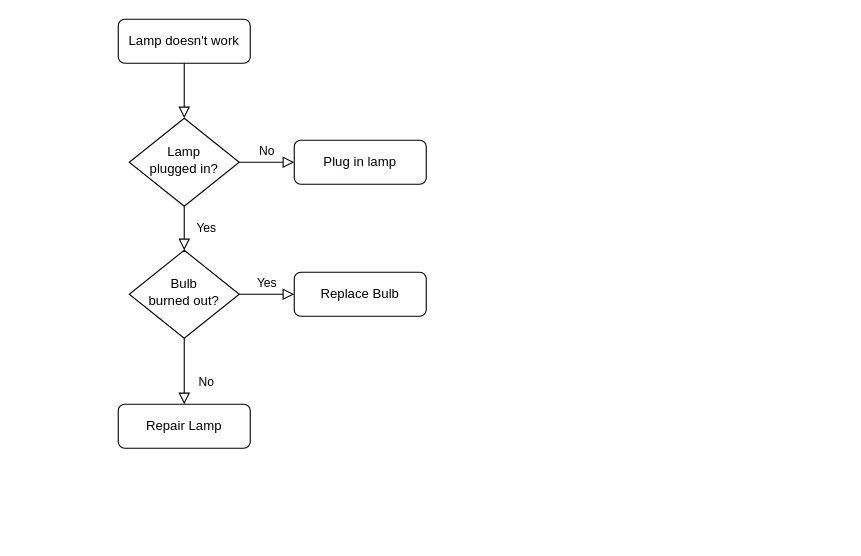
The draw.io diagram Untitled Diagram.drawio in IskanderA1/recycle_hub, before the edit. Source tidied: cells renumbered, new cells numbered last; positions are measured from the earlier drawing's top-left corner, leaving out a move shared by most shapes. Both pictures are drawn from the tidied source at 110%, with x=0, y=0 at pixel (118, 19).
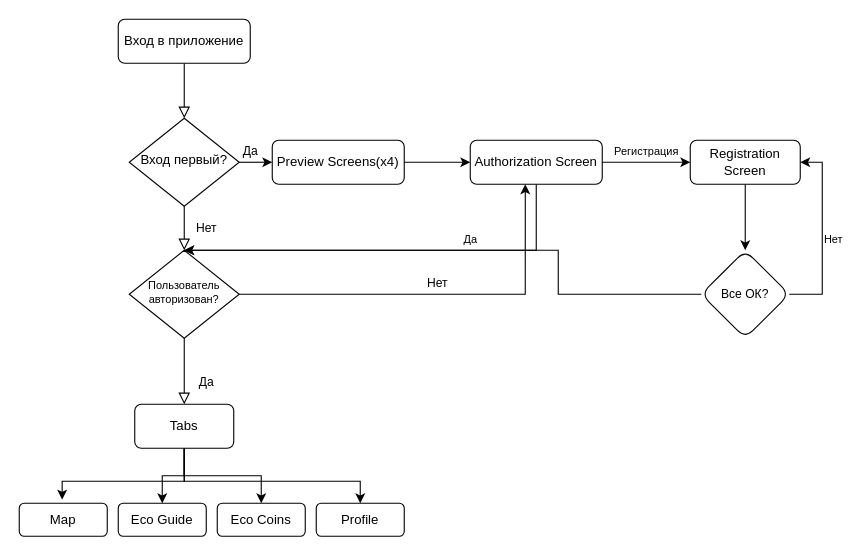
After the change.

Commit message:
Recycle scheme

The edit, as a diff of the source:
```diff
@@
-    <mxCell id="3" value="Lamp doesn't work" style="rounded=1;whiteSpace=wrap;html=1;fontSize=12;glass=0;strokeWidth=1;shadow=0;" parent="1" vertex="1">
+    <mxCell id="3" value="Вход в приложение" style="rounded=1;whiteSpace=wrap;html=1;fontSize=12;glass=0;strokeWidth=1;shadow=0;" parent="1" vertex="1">
       <mxGeometry width="120" height="40" as="geometry" />
     </mxCell>
-    <mxCell id="4" value="Yes" style="rounded=0;html=1;jettySize=auto;fontSize=11;endArrow=block;endFill=0;endSize=8;strokeWidth=1;shadow=0;labelBackgroundColor=none;edgeStyle=orthogonalEdgeStyle;" parent="1" edge="1" source="6" target="10">
+    <mxCell id="4" value="Нет" style="rounded=0;html=1;jettySize=auto;fontSize=11;endArrow=block;endFill=0;endSize=8;strokeWidth=1;shadow=0;labelBackgroundColor=none;edgeStyle=orthogonalEdgeStyle;" parent="1" edge="1" source="6" target="10">
       <mxGeometry y="20" relative="1" as="geometry" />
     </mxCell>
-    <mxCell id="5" value="No" style="edgeStyle=orthogonalEdgeStyle;rounded=0;html=1;jettySize=auto;fontSize=11;endArrow=block;endFill=0;endSize=8;strokeWidth=1;shadow=0;labelBackgroundColor=none;" parent="1" edge="1" source="6" target="7">
-      <mxGeometry y="10" relative="1" as="geometry" />
-    </mxCell>
+    <mxCell id="13" value="Да" style="edgeStyle=orthogonalEdgeStyle;rounded=0;jettySize=auto;html=1;exitX=1;exitY=0.5;exitDx=0;exitDy=0;entryX=0;entryY=0.5;entryDx=0;entryDy=0;" parent="1" edge="1" source="6" target="18">
+      <mxGeometry x="-0.33" y="10" relative="1" as="geometry" />
+    </mxCell>
-    <mxCell id="6" value="Lamp&lt;br&gt;plugged in?" style="rhombus;whiteSpace=wrap;html=1;shadow=0;fontFamily=Helvetica;fontSize=12;align=center;strokeWidth=1;spacing=6;spacingTop=-4;" parent="1" vertex="1">
+    <mxCell id="6" value="Вход первый?" style="rhombus;whiteSpace=wrap;html=1;shadow=0;fontFamily=Helvetica;fontSize=12;align=center;strokeWidth=1;spacing=6;spacingTop=-4;" parent="1" vertex="1">
       <mxGeometry x="10" y="90" width="100" height="80" as="geometry" />
     </mxCell>
+    <mxCell id="14" value="Регистрация" style="edgeStyle=orthogonalEdgeStyle;rounded=0;jettySize=auto;html=1;fontSize=10;" parent="1" edge="1" source="7" target="29">
+      <mxGeometry y="10" relative="1" as="geometry" />
+    </mxCell>
+    <mxCell id="15" style="edgeStyle=orthogonalEdgeStyle;rounded=0;jettySize=auto;html=1;fontSize=10;" parent="1" edge="1" source="7">
+      <mxGeometry relative="1" as="geometry">
+        <mxPoint x="60" y="210" as="targetPoint" />
+        <Array as="points">
+          <mxPoint x="380" y="210" />
+        </Array>
+      </mxGeometry>
+    </mxCell>
-    <mxCell id="7" value="Plug in lamp" style="rounded=1;whiteSpace=wrap;html=1;fontSize=12;glass=0;strokeWidth=1;shadow=0;" parent="1" vertex="1">
-      <mxGeometry x="160" y="110" width="120" height="40" as="geometry" />
+    <mxCell id="7" value="Authorization Screen" style="rounded=1;whiteSpace=wrap;html=1;fontSize=12;glass=0;strokeWidth=1;shadow=0;" parent="1" vertex="1">
+      <mxGeometry x="320" y="110" width="120" height="40" as="geometry" />
     </mxCell>
-    <mxCell id="8" value="No" style="rounded=0;html=1;jettySize=auto;fontSize=11;endArrow=block;endFill=0;endSize=8;strokeWidth=1;shadow=0;labelBackgroundColor=none;edgeStyle=orthogonalEdgeStyle;" parent="1" edge="1" source="10" target="11">
-      <mxGeometry x="0.33" y="20" relative="1" as="geometry" />
+    <mxCell id="8" value="Да" style="rounded=0;html=1;jettySize=auto;fontSize=11;endArrow=block;endFill=0;endSize=8;strokeWidth=1;shadow=0;labelBackgroundColor=none;edgeStyle=orthogonalEdgeStyle;" parent="1" edge="1" source="10">
+      <mxGeometry x="0.33" y="20" relative="1" as="geometry">
+        <mxPoint x="60" y="350" as="targetPoint" />
+      </mxGeometry>
     </mxCell>
-    <mxCell id="9" value="Yes" style="edgeStyle=orthogonalEdgeStyle;rounded=0;html=1;jettySize=auto;fontSize=11;endArrow=block;endFill=0;endSize=8;strokeWidth=1;shadow=0;labelBackgroundColor=none;" parent="1" edge="1" source="10" target="12">
-      <mxGeometry y="10" relative="1" as="geometry" />
-    </mxCell>
+    <mxCell id="16" value="Нет" style="edgeStyle=orthogonalEdgeStyle;rounded=0;jettySize=auto;html=1;entryX=0.417;entryY=1;entryDx=0;entryDy=0;entryPerimeter=0;" parent="1" edge="1" source="10" target="7">
+      <mxGeometry y="10" relative="1" as="geometry">
+        <Array as="points">
+          <mxPoint x="370" y="250" />
+        </Array>
+      </mxGeometry>
+    </mxCell>
-    <mxCell id="10" value="Bulb&lt;br&gt;burned out?" style="rhombus;whiteSpace=wrap;html=1;shadow=0;fontFamily=Helvetica;fontSize=12;align=center;strokeWidth=1;spacing=6;spacingTop=-4;" parent="1" vertex="1">
+    <mxCell id="10" value="Пользователь авторизован?" style="rhombus;whiteSpace=wrap;html=1;shadow=0;fontFamily=Helvetica;fontSize=10;align=center;strokeWidth=1;spacing=4;spacingTop=-4;" parent="1" vertex="1">
       <mxGeometry x="10" y="210" width="100" height="80" as="geometry" />
     </mxCell>
-    <mxCell id="11" value="Repair Lamp" style="rounded=1;whiteSpace=wrap;html=1;fontSize=12;glass=0;strokeWidth=1;shadow=0;" parent="1" vertex="1">
-      <mxGeometry y="350" width="120" height="40" as="geometry" />
-    </mxCell>
-    <mxCell id="12" value="Replace Bulb" style="rounded=1;whiteSpace=wrap;html=1;fontSize=12;glass=0;strokeWidth=1;shadow=0;" parent="1" vertex="1">
-      <mxGeometry x="160" y="230" width="120" height="40" as="geometry" />
-    </mxCell>
+    <mxCell id="17" style="edgeStyle=orthogonalEdgeStyle;rounded=0;jettySize=auto;html=1;entryX=0;entryY=0.5;entryDx=0;entryDy=0;" parent="1" edge="1" source="18" target="7">
+      <mxGeometry relative="1" as="geometry" />
+    </mxCell>
+    <mxCell id="18" value="Preview Screens(x4)" style="rounded=1;whiteSpace=wrap;html=1;" parent="1" vertex="1">
+      <mxGeometry x="140" y="110" width="120" height="40" as="geometry" />
+    </mxCell>
+    <mxCell id="19" style="edgeStyle=orthogonalEdgeStyle;rounded=0;jettySize=auto;html=1;entryX=0.5;entryY=0;entryDx=0;entryDy=0;" parent="1" edge="1" source="23" target="25">
+      <mxGeometry relative="1" as="geometry" />
+    </mxCell>
+    <mxCell id="20" style="edgeStyle=orthogonalEdgeStyle;rounded=0;jettySize=auto;html=1;entryX=0.5;entryY=0;entryDx=0;entryDy=0;" parent="1" edge="1" source="23" target="26">
+      <mxGeometry relative="1" as="geometry" />
+    </mxCell>
+    <mxCell id="21" style="edgeStyle=orthogonalEdgeStyle;rounded=0;jettySize=auto;html=1;entryX=0.5;entryY=0;entryDx=0;entryDy=0;" parent="1" edge="1" source="23" target="27">
+      <mxGeometry relative="1" as="geometry">
+        <Array as="points">
+          <mxPoint x="60" y="420" />
+          <mxPoint x="220" y="420" />
+        </Array>
+      </mxGeometry>
+    </mxCell>
+    <mxCell id="22" style="edgeStyle=orthogonalEdgeStyle;rounded=0;jettySize=auto;html=1;entryX=0.488;entryY=-0.11;entryDx=0;entryDy=0;entryPerimeter=0;" parent="1" edge="1" source="23" target="24">
+      <mxGeometry relative="1" as="geometry">
+        <Array as="points">
+          <mxPoint x="60" y="420" />
+          <mxPoint x="-51" y="420" />
+        </Array>
+      </mxGeometry>
+    </mxCell>
+    <mxCell id="23" value="Tabs" style="rounded=1;whiteSpace=wrap;html=1;" parent="1" vertex="1">
+      <mxGeometry x="15" y="350" width="90" height="40" as="geometry" />
+    </mxCell>
+    <mxCell id="24" value="Map" style="rounded=1;whiteSpace=wrap;html=1;" parent="1" vertex="1">
+      <mxGeometry x="-90" y="440" width="80" height="30" as="geometry" />
+    </mxCell>
+    <mxCell id="25" value="Eco Guide" style="rounded=1;whiteSpace=wrap;html=1;" parent="1" vertex="1">
+      <mxGeometry y="440" width="80" height="30" as="geometry" />
+    </mxCell>
+    <mxCell id="26" value="Eco Coins" style="rounded=1;whiteSpace=wrap;html=1;" parent="1" vertex="1">
+      <mxGeometry x="90" y="440" width="80" height="30" as="geometry" />
+    </mxCell>
+    <mxCell id="27" value="Profile" style="rounded=1;whiteSpace=wrap;html=1;" parent="1" vertex="1">
+      <mxGeometry x="180" y="440" width="80" height="30" as="geometry" />
+    </mxCell>
+    <mxCell id="28" style="edgeStyle=orthogonalEdgeStyle;rounded=0;jettySize=auto;html=1;" parent="1" edge="1" source="29" target="32">
+      <mxGeometry relative="1" as="geometry" />
+    </mxCell>
+    <mxCell id="29" value="Registration Screen" style="whiteSpace=wrap;html=1;rounded=1;shadow=0;strokeWidth=1;glass=0;" parent="1" vertex="1">
+      <mxGeometry x="520" y="110" width="100" height="40" as="geometry" />
+    </mxCell>
+    <mxCell id="30" value="Да" style="edgeStyle=orthogonalEdgeStyle;rounded=0;jettySize=auto;html=1;fontSize=10;" parent="1" edge="1" source="32">
+      <mxGeometry x="-0.02" y="-10" relative="1" as="geometry">
+        <mxPoint x="60" y="210" as="targetPoint" />
+        <Array as="points">
+          <mxPoint x="400" y="250" />
+          <mxPoint x="400" y="210" />
+        </Array>
+      </mxGeometry>
+    </mxCell>
+    <mxCell id="31" value="Нет" style="edgeStyle=orthogonalEdgeStyle;rounded=0;jettySize=auto;html=1;fontSize=10;entryX=1;entryY=0.5;entryDx=0;entryDy=0;" parent="1" edge="1" source="32" target="29">
+      <mxGeometry x="-0.06" y="-10" relative="1" as="geometry">
+        <Array as="points">
+          <mxPoint x="640" y="250" />
+          <mxPoint x="640" y="130" />
+        </Array>
+      </mxGeometry>
+    </mxCell>
+    <mxCell id="32" value="&lt;font style=&quot;font-size: 11px&quot;&gt;Все ОК?&lt;/font&gt;" style="rhombus;whiteSpace=wrap;html=1;rounded=1;shadow=0;strokeWidth=1;glass=0;fontSize=8;" parent="1" vertex="1">
+      <mxGeometry x="530" y="210" width="80" height="80" as="geometry" />
+    </mxCell>
```
